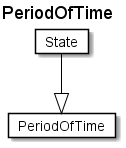
This is fragments/diagrams/PeriodOfTime.png from rtigran/rdf2adoc, a PlantUML export, as it was before one commit. The source it was exported from:
```plantuml
@startuml
Title PeriodOfTime

Card PeriodOfTime #fff [
PeriodOfTime
]
Card State #fff [
State
]
State --|> PeriodOfTime  #000
@enduml
```
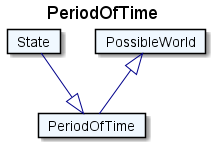
The same diagram one commit later.

Diff of the diagram source:
```diff
@@ -1,11 +1,15 @@
 @startuml
 Title PeriodOfTime
 
-Card PeriodOfTime #fff [
+Card PeriodOfTime #F0F8FF [
 PeriodOfTime
 ]
-Card State #fff [
+Card State #F0F8FF [
 State
 ]
-State --|> PeriodOfTime  #000
+State --|> PeriodOfTime  #00008B
+Card PossibleWorld #F0F8FF [
+PossibleWorld
+]
+PossibleWorld <|-- PeriodOfTime  #00008B
 @enduml
```
